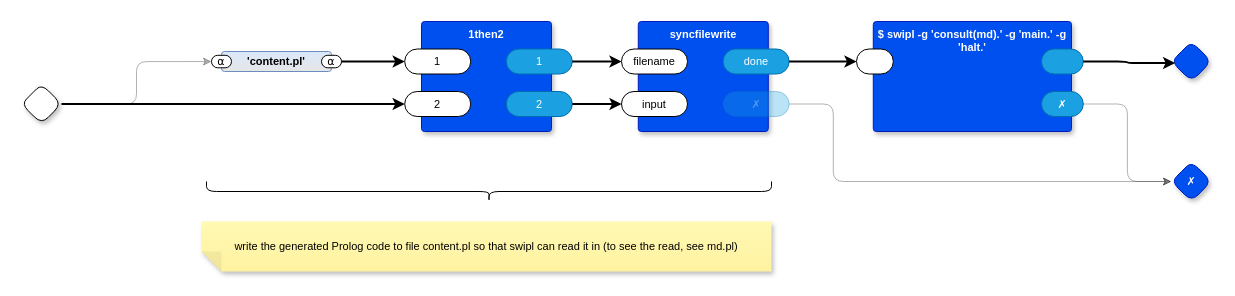
guitarvydas/kinopio2md keeps this draw.io diagram as page "Generate Markdown" (5 of 6) of kinopio2md.drawio. Above is the earlier version. Source tidied: cells renumbered, new cells numbered last; positions are measured from the earlier drawing's top-left corner, leaving out a move shared by most shapes. Both pictures are drawn from the tidied source at 100%, with x=0, y=0 at pixel (21, -91).
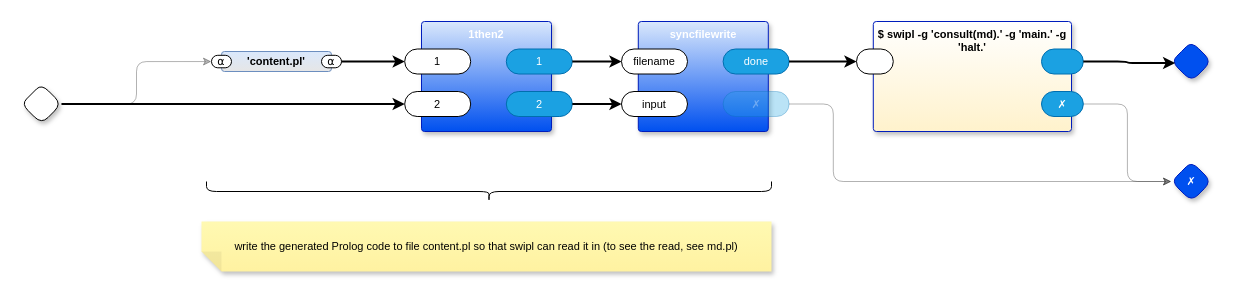
Above is the later version.

The edit, as a diff of the source:
```diff
@@
-    <mxCell id="2" value="syncfilewrite" style="rounded=1;whiteSpace=wrap;html=1;sketch=0;verticalAlign=top;arcSize=6;fontStyle=1;absoluteArcSize=1;shadow=1;strokeColor=#001DBC;fillColor=#0050ef;fontColor=#ffffff;fontFamily=Helvetica;fontSize=11;" parent="1" vertex="1">
+    <mxCell id="2" value="syncfilewrite" style="rounded=1;whiteSpace=wrap;html=1;sketch=0;verticalAlign=top;arcSize=6;fontStyle=1;absoluteArcSize=1;shadow=1;strokeColor=#001DBC;fillColor=#DAE8FC;fontColor=#ffffff;fontFamily=Helvetica;fontSize=11;gradientColor=#0050EF;" parent="1" vertex="1">
       <mxGeometry x="616.8" y="112" width="130" height="110" as="geometry" />
     </mxCell>
@@
-    <mxCell id="13" value="1then2" style="rounded=1;whiteSpace=wrap;html=1;sketch=0;verticalAlign=top;arcSize=6;fontStyle=1;absoluteArcSize=1;shadow=1;strokeColor=#001DBC;fillColor=#0050ef;fontColor=#ffffff;fontFamily=Helvetica;fontSize=11;" parent="1" vertex="1">
+    <mxCell id="13" value="1then2" style="rounded=1;whiteSpace=wrap;html=1;sketch=0;verticalAlign=top;arcSize=6;fontStyle=1;absoluteArcSize=1;shadow=1;strokeColor=#001DBC;fillColor=#DAE8FC;fontColor=#ffffff;fontFamily=Helvetica;fontSize=11;gradientColor=#0050EF;" parent="1" vertex="1">
       <mxGeometry x="400" y="112" width="130" height="110" as="geometry" />
     </mxCell>
@@
-    <mxCell id="20" value="$ swipl -g 'consult(md).' -g 'main.' -g 'halt.'" style="rounded=1;whiteSpace=wrap;html=1;sketch=0;verticalAlign=top;arcSize=6;fontStyle=1;absoluteArcSize=1;shadow=1;strokeColor=#001DBC;fillColor=#0050ef;fontColor=#ffffff;fontFamily=Helvetica;fontSize=11;" parent="1" vertex="1">
+    <mxCell id="20" value="$ swipl -g 'consult(md).' -g 'main.' -g 'halt.'" style="rounded=1;whiteSpace=wrap;html=1;sketch=0;verticalAlign=top;arcSize=6;fontStyle=1;absoluteArcSize=1;shadow=1;strokeColor=#001DBC;fillColor=#FFFFFF;fontColor=#000000;fontFamily=Helvetica;fontSize=11;gradientColor=#FFF2CC;" parent="1" vertex="1">
       <mxGeometry x="851.8" y="112" width="198.2" height="110" as="geometry" />
     </mxCell>
```
